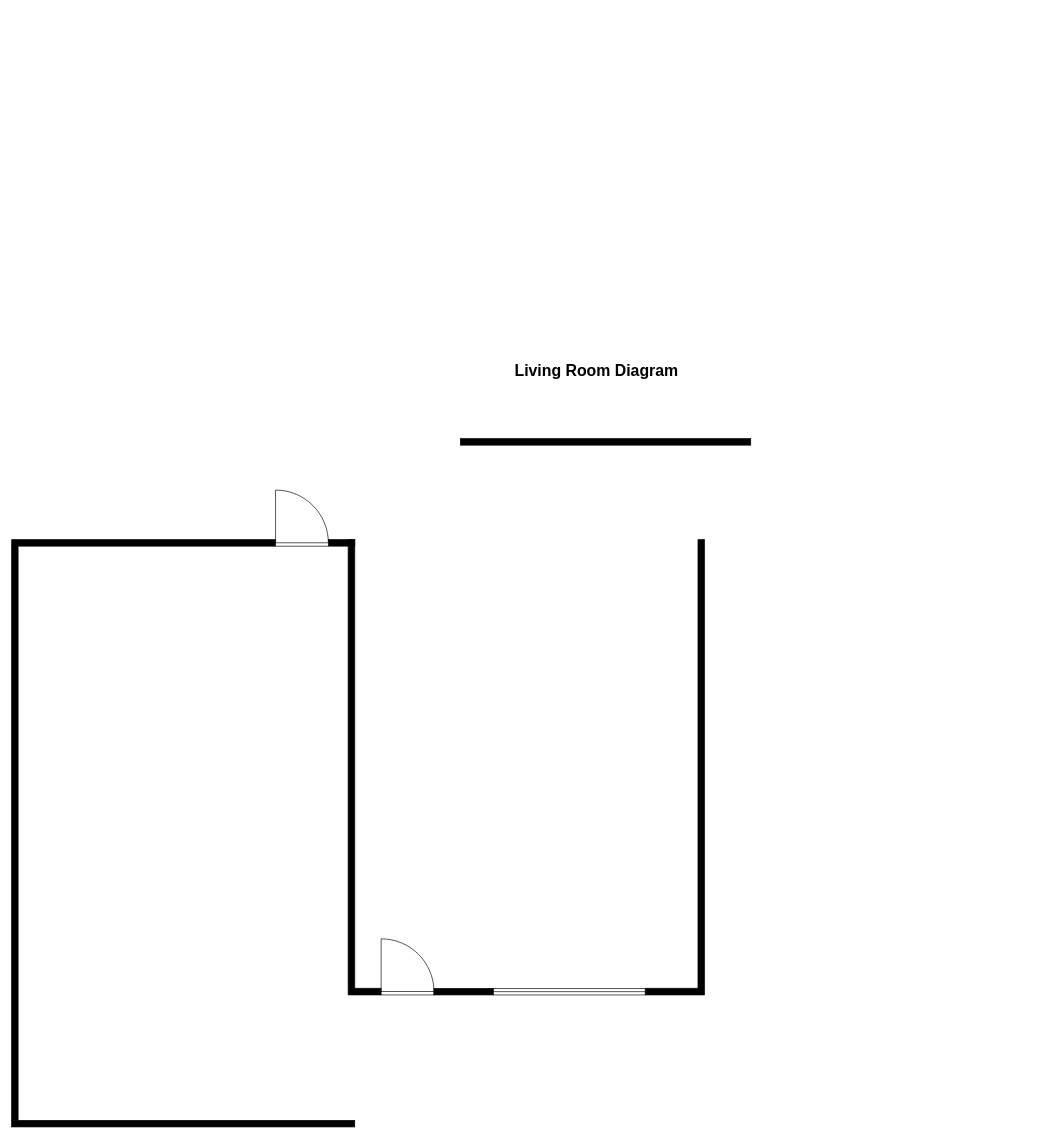
thyngontran/test keeps this draw.io diagram as FL_FLOORPLAN.drawio. Above is the earlier version. Source tidied: cells renumbered, new cells numbered last; positions are measured from the earlier drawing's top-left corner, leaving out a move shared by most shapes. Both pictures are drawn from the tidied source at 66%, with x=0, y=0 at pixel (11, 361).
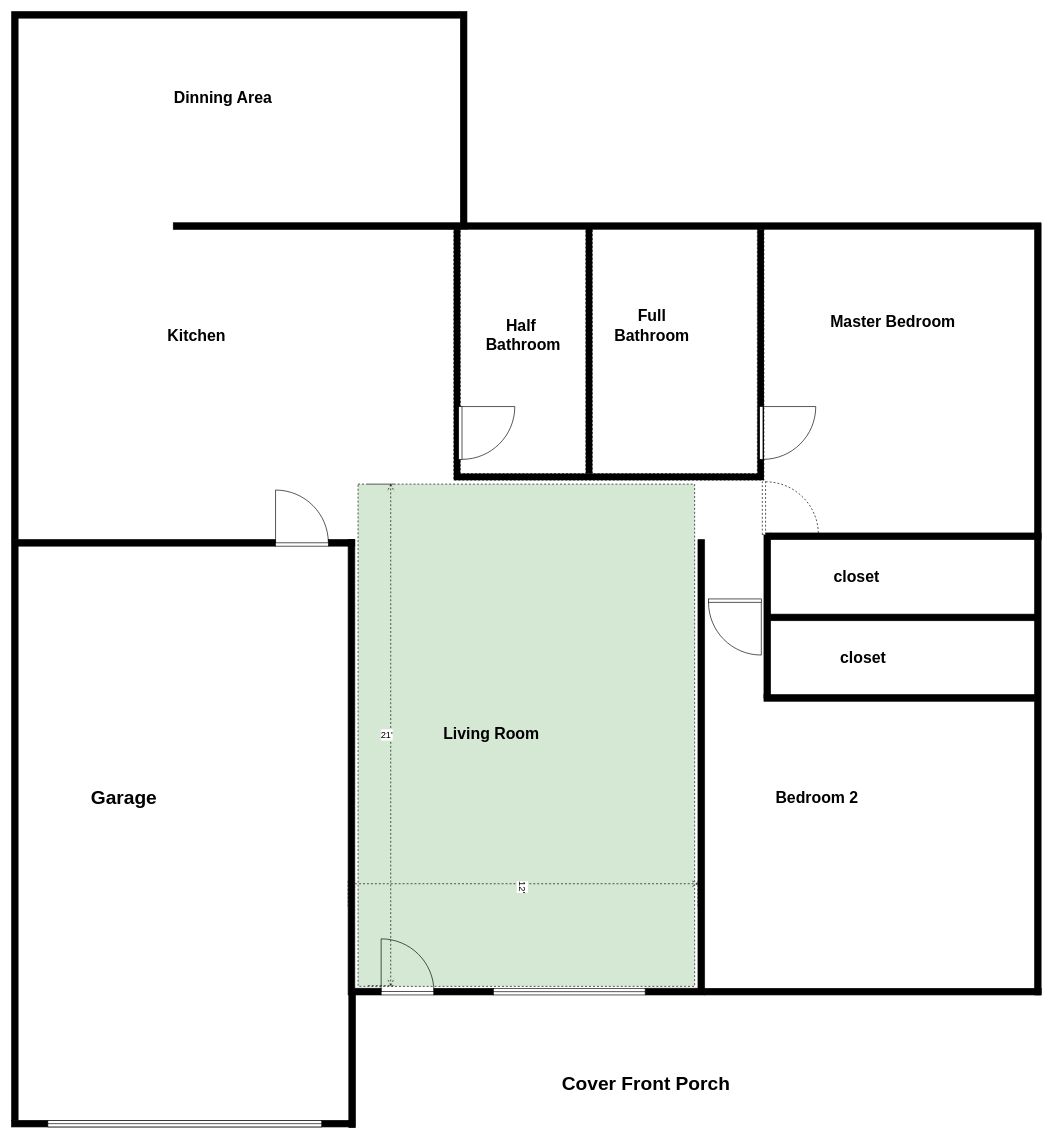
The same page after the edit.

Change to the diagram source:
```diff
@@
+    <mxCell id="13" style="rounded=0;whiteSpace=wrap;html=1;dashed=1;fillColor=#D5E8D4;" parent="1" vertex="1">
+      <mxGeometry x="525" y="186" width="510" height="761" as="geometry" />
+    </mxCell>
@@
     <mxCell id="8" style="verticalLabelPosition=bottom;html=1;verticalAlign=top;align=center;shape=mxgraph.floorplan.wall;fillColor=#000000;" parent="1" vertex="1">
-      <mxGeometry x="680" y="117" width="440" height="10" as="geometry" />
+      <mxGeometry x="1150" y="383" width="405" height="10" as="geometry" />
     </mxCell>
-    <mxCell id="9" value="&lt;b&gt;&lt;font style=&quot;font-size: 24px&quot;&gt;Living Room Diagram&lt;/font&gt;&lt;/b&gt;" style="text;html=1;align=center;verticalAlign=middle;fillColor=none;strokeColor=none;rounded=0;fontSize=16;" parent="1" vertex="1">
-      <mxGeometry x="756" width="260" height="30" as="geometry" />
+    <mxCell id="9" value="&lt;b&gt;&lt;font style=&quot;font-size: 24px&quot;&gt;Living Room&amp;nbsp;&lt;/font&gt;&lt;/b&gt;" style="text;html=1;align=center;verticalAlign=middle;fillColor=none;strokeColor=none;rounded=0;fontSize=16;" parent="1" vertex="1">
+      <mxGeometry x="645" y="550" width="170" height="30" as="geometry" />
     </mxCell>
@@
+    <mxCell id="14" style="verticalLabelPosition=bottom;html=1;verticalAlign=top;align=center;shape=mxgraph.floorplan.wall;fillColor=#000000;direction=south;" parent="1" vertex="1">
+      <mxGeometry x="511" y="960" width="10" height="201" as="geometry" />
+    </mxCell>
+    <mxCell id="15" style="verticalLabelPosition=bottom;html=1;verticalAlign=top;align=center;shape=mxgraph.floorplan.window;fillColor=#ffffff;" parent="1" vertex="1">
+      <mxGeometry x="55" y="1150" width="415" height="10" as="geometry" />
+    </mxCell>
+    <mxCell id="16" style="verticalLabelPosition=bottom;html=1;verticalAlign=top;align=center;shape=mxgraph.floorplan.wallCorner;fillColor=#000000;" parent="1" vertex="1">
+      <mxGeometry y="-530" width="680" height="800" as="geometry" />
+    </mxCell>
+    <mxCell id="17" style="verticalLabelPosition=bottom;html=1;verticalAlign=top;align=center;shape=mxgraph.floorplan.wall;fillColor=#000000;" parent="1" vertex="1">
+      <mxGeometry x="245" y="-210" width="435" height="10" as="geometry" />
+    </mxCell>
+    <mxCell id="18" style="verticalLabelPosition=bottom;html=1;verticalAlign=top;align=center;shape=mxgraph.floorplan.wall;fillColor=#000000;direction=south;" parent="1" vertex="1">
+      <mxGeometry x="680" y="-530" width="10" height="330" as="geometry" />
+    </mxCell>
+    <mxCell id="19" style="verticalLabelPosition=bottom;html=1;verticalAlign=top;align=center;shape=mxgraph.floorplan.wallCorner;fillColor=#000000;direction=south;" parent="1" vertex="1">
+      <mxGeometry x="690" y="-210" width="870" height="1170" as="geometry" />
+    </mxCell>
+    <mxCell id="20" style="verticalLabelPosition=bottom;html=1;verticalAlign=top;align=center;shape=mxgraph.floorplan.wall;fillColor=#000000;" parent="1" vertex="1">
+      <mxGeometry x="1050" y="950" width="510" height="10" as="geometry" />
+    </mxCell>
+    <mxCell id="21" style="verticalLabelPosition=bottom;html=1;verticalAlign=top;align=center;shape=mxgraph.floorplan.wall;fillColor=#000000;" parent="1" vertex="1">
+      <mxGeometry x="1140" y="505" width="410" height="10" as="geometry" />
+    </mxCell>
+    <mxCell id="22" style="verticalLabelPosition=bottom;html=1;verticalAlign=top;align=center;shape=mxgraph.floorplan.wall;fillColor=#000000;" parent="1" vertex="1">
+      <mxGeometry x="1150" y="260" width="410" height="10" as="geometry" />
+    </mxCell>
+    <mxCell id="23" style="verticalLabelPosition=bottom;html=1;verticalAlign=top;align=center;shape=mxgraph.floorplan.doorRight;rotation=0;" parent="1" vertex="1">
+      <mxGeometry x="1056" y="360" width="80" height="85" as="geometry" />
+    </mxCell>
+    <mxCell id="24" style="verticalLabelPosition=bottom;html=1;verticalAlign=top;align=center;shape=mxgraph.floorplan.wall;fillColor=#000000;direction=south;" parent="1" vertex="1">
+      <mxGeometry x="1140" y="260" width="10" height="250" as="geometry" />
+    </mxCell>
+    <mxCell id="25" style="verticalLabelPosition=bottom;html=1;verticalAlign=top;align=center;shape=mxgraph.floorplan.wallU;fillColor=#000000;dashed=1;rotation=-180;" parent="1" vertex="1">
+      <mxGeometry x="670" y="-200" width="470" height="380" as="geometry" />
+    </mxCell>
+    <mxCell id="26" style="verticalLabelPosition=bottom;html=1;verticalAlign=top;align=center;shape=mxgraph.floorplan.wall;fillColor=#000000;direction=south;dashed=1;" parent="1" vertex="1">
+      <mxGeometry x="870" y="-205" width="10" height="375" as="geometry" />
+    </mxCell>
+    <mxCell id="27" value="&lt;span style=&quot;font-size: 24px&quot;&gt;&lt;b style=&quot;font-size: 29px&quot;&gt;Cover Front Porch&lt;/b&gt;&lt;/span&gt;" style="text;html=1;align=center;verticalAlign=middle;fillColor=none;strokeColor=none;rounded=0;fontSize=16;" parent="1" vertex="1">
+      <mxGeometry x="826" y="1080" width="270" height="30" as="geometry" />
+    </mxCell>
+    <mxCell id="28" value="&lt;span style=&quot;font-size: 24px&quot;&gt;&lt;b style=&quot;font-size: 29px&quot;&gt;Garage&lt;br&gt;&lt;/b&gt;&lt;/span&gt;" style="text;html=1;align=center;verticalAlign=middle;fillColor=none;strokeColor=none;rounded=0;fontSize=16;" parent="1" vertex="1">
+      <mxGeometry x="110" y="646" width="120" height="30" as="geometry" />
+    </mxCell>
+    <mxCell id="29" style="verticalLabelPosition=bottom;html=1;verticalAlign=top;align=center;shape=mxgraph.floorplan.doorRight;rotation=-90;" parent="1" vertex="1">
+      <mxGeometry x="1136" y="66" width="80" height="85" as="geometry" />
+    </mxCell>
+    <mxCell id="30" style="verticalLabelPosition=bottom;html=1;verticalAlign=top;align=center;shape=mxgraph.floorplan.doorLeft;dashed=1;rotation=-90;" parent="1" vertex="1">
+      <mxGeometry x="1140" y="180" width="80" height="85" as="geometry" />
+    </mxCell>
+    <mxCell id="31" value="&lt;b&gt;&lt;font style=&quot;font-size: 24px&quot;&gt;Bedroom 2&lt;/font&gt;&lt;/b&gt;" style="text;html=1;align=center;verticalAlign=middle;fillColor=none;strokeColor=none;rounded=0;fontSize=16;" parent="1" vertex="1">
+      <mxGeometry x="1150" y="646" width="140" height="30" as="geometry" />
+    </mxCell>
+    <mxCell id="32" value="&lt;b&gt;&lt;font style=&quot;font-size: 24px&quot;&gt;Master Bedroom&lt;/font&gt;&lt;/b&gt;" style="text;html=1;align=center;verticalAlign=middle;fillColor=none;strokeColor=none;rounded=0;fontSize=16;" parent="1" vertex="1">
+      <mxGeometry x="1235" y="-74.5" width="200" height="30" as="geometry" />
+    </mxCell>
+    <mxCell id="33" value="&lt;b&gt;&lt;font style=&quot;font-size: 24px&quot;&gt;Full &lt;br&gt;Bathroom&lt;br&gt;&lt;br&gt;&lt;/font&gt;&lt;/b&gt;" style="text;html=1;align=center;verticalAlign=middle;fillColor=none;strokeColor=none;rounded=0;fontSize=16;" parent="1" vertex="1">
+      <mxGeometry x="905" y="-74.5" width="130" height="70" as="geometry" />
+    </mxCell>
+    <mxCell id="34" value="&lt;b&gt;&lt;font style=&quot;font-size: 24px&quot;&gt;Half&amp;nbsp;&lt;br&gt;Bathroom&lt;br&gt;&lt;br&gt;&lt;/font&gt;&lt;/b&gt;" style="text;html=1;align=center;verticalAlign=middle;fillColor=none;strokeColor=none;rounded=0;fontSize=16;" parent="1" vertex="1">
+      <mxGeometry x="710" y="-59.5" width="130" height="70" as="geometry" />
+    </mxCell>
+    <mxCell id="35" style="verticalLabelPosition=bottom;html=1;verticalAlign=top;align=center;shape=mxgraph.floorplan.doorRight;rotation=-90;" parent="1" vertex="1">
+      <mxGeometry x="680" y="66" width="80" height="85" as="geometry" />
+    </mxCell>
+    <mxCell id="36" value="&lt;b&gt;&lt;font style=&quot;font-size: 24px&quot;&gt;Kitchen&lt;/font&gt;&lt;/b&gt;" style="text;html=1;align=center;verticalAlign=middle;fillColor=none;strokeColor=none;rounded=0;fontSize=16;" parent="1" vertex="1">
+      <mxGeometry x="230" y="-54.5" width="100" height="30" as="geometry" />
+    </mxCell>
+    <mxCell id="37" value="&lt;b&gt;&lt;font style=&quot;font-size: 24px&quot;&gt;Dinning Area&lt;/font&gt;&lt;/b&gt;" style="text;html=1;align=center;verticalAlign=middle;fillColor=none;strokeColor=none;rounded=0;fontSize=16;" parent="1" vertex="1">
+      <mxGeometry x="240" y="-414" width="160" height="30" as="geometry" />
+    </mxCell>
+    <mxCell id="38" value="&lt;b&gt;&lt;font style=&quot;font-size: 24px&quot;&gt;closet&lt;/font&gt;&lt;/b&gt;" style="text;html=1;align=center;verticalAlign=middle;fillColor=none;strokeColor=none;rounded=0;fontSize=16;" parent="1" vertex="1">
+      <mxGeometry x="1240" y="311.5" width="80" height="30" as="geometry" />
+    </mxCell>
+    <mxCell id="39" value="&lt;b&gt;&lt;font style=&quot;font-size: 24px&quot;&gt;closet&lt;/font&gt;&lt;/b&gt;" style="text;html=1;align=center;verticalAlign=middle;fillColor=none;strokeColor=none;rounded=0;fontSize=16;" parent="1" vertex="1">
+      <mxGeometry x="1250" y="434" width="80" height="30" as="geometry" />
+    </mxCell>
+    <mxCell id="40" value="&lt;font style=&quot;font-size: 14px&quot;&gt;21'&lt;/font&gt;" style="shape=dimension;direction=north;whiteSpace=wrap;html=1;align=right;verticalAlign=middle;labelBackgroundColor=#ffffff;dashed=1;" parent="1" vertex="1">
+      <mxGeometry x="540" y="186" width="40" height="760" as="geometry" />
+    </mxCell>
+    <mxCell id="41" value="&lt;font style=&quot;font-size: 14px&quot;&gt;12'&lt;/font&gt;" style="shape=dimension;direction=south;whiteSpace=wrap;html=1;align=left;verticalAlign=middle;labelBackgroundColor=#ffffff;dashed=1;rotation=90;" parent="1" vertex="1">
+      <mxGeometry x="755" y="541" width="40" height="530" as="geometry" />
+    </mxCell>
```
